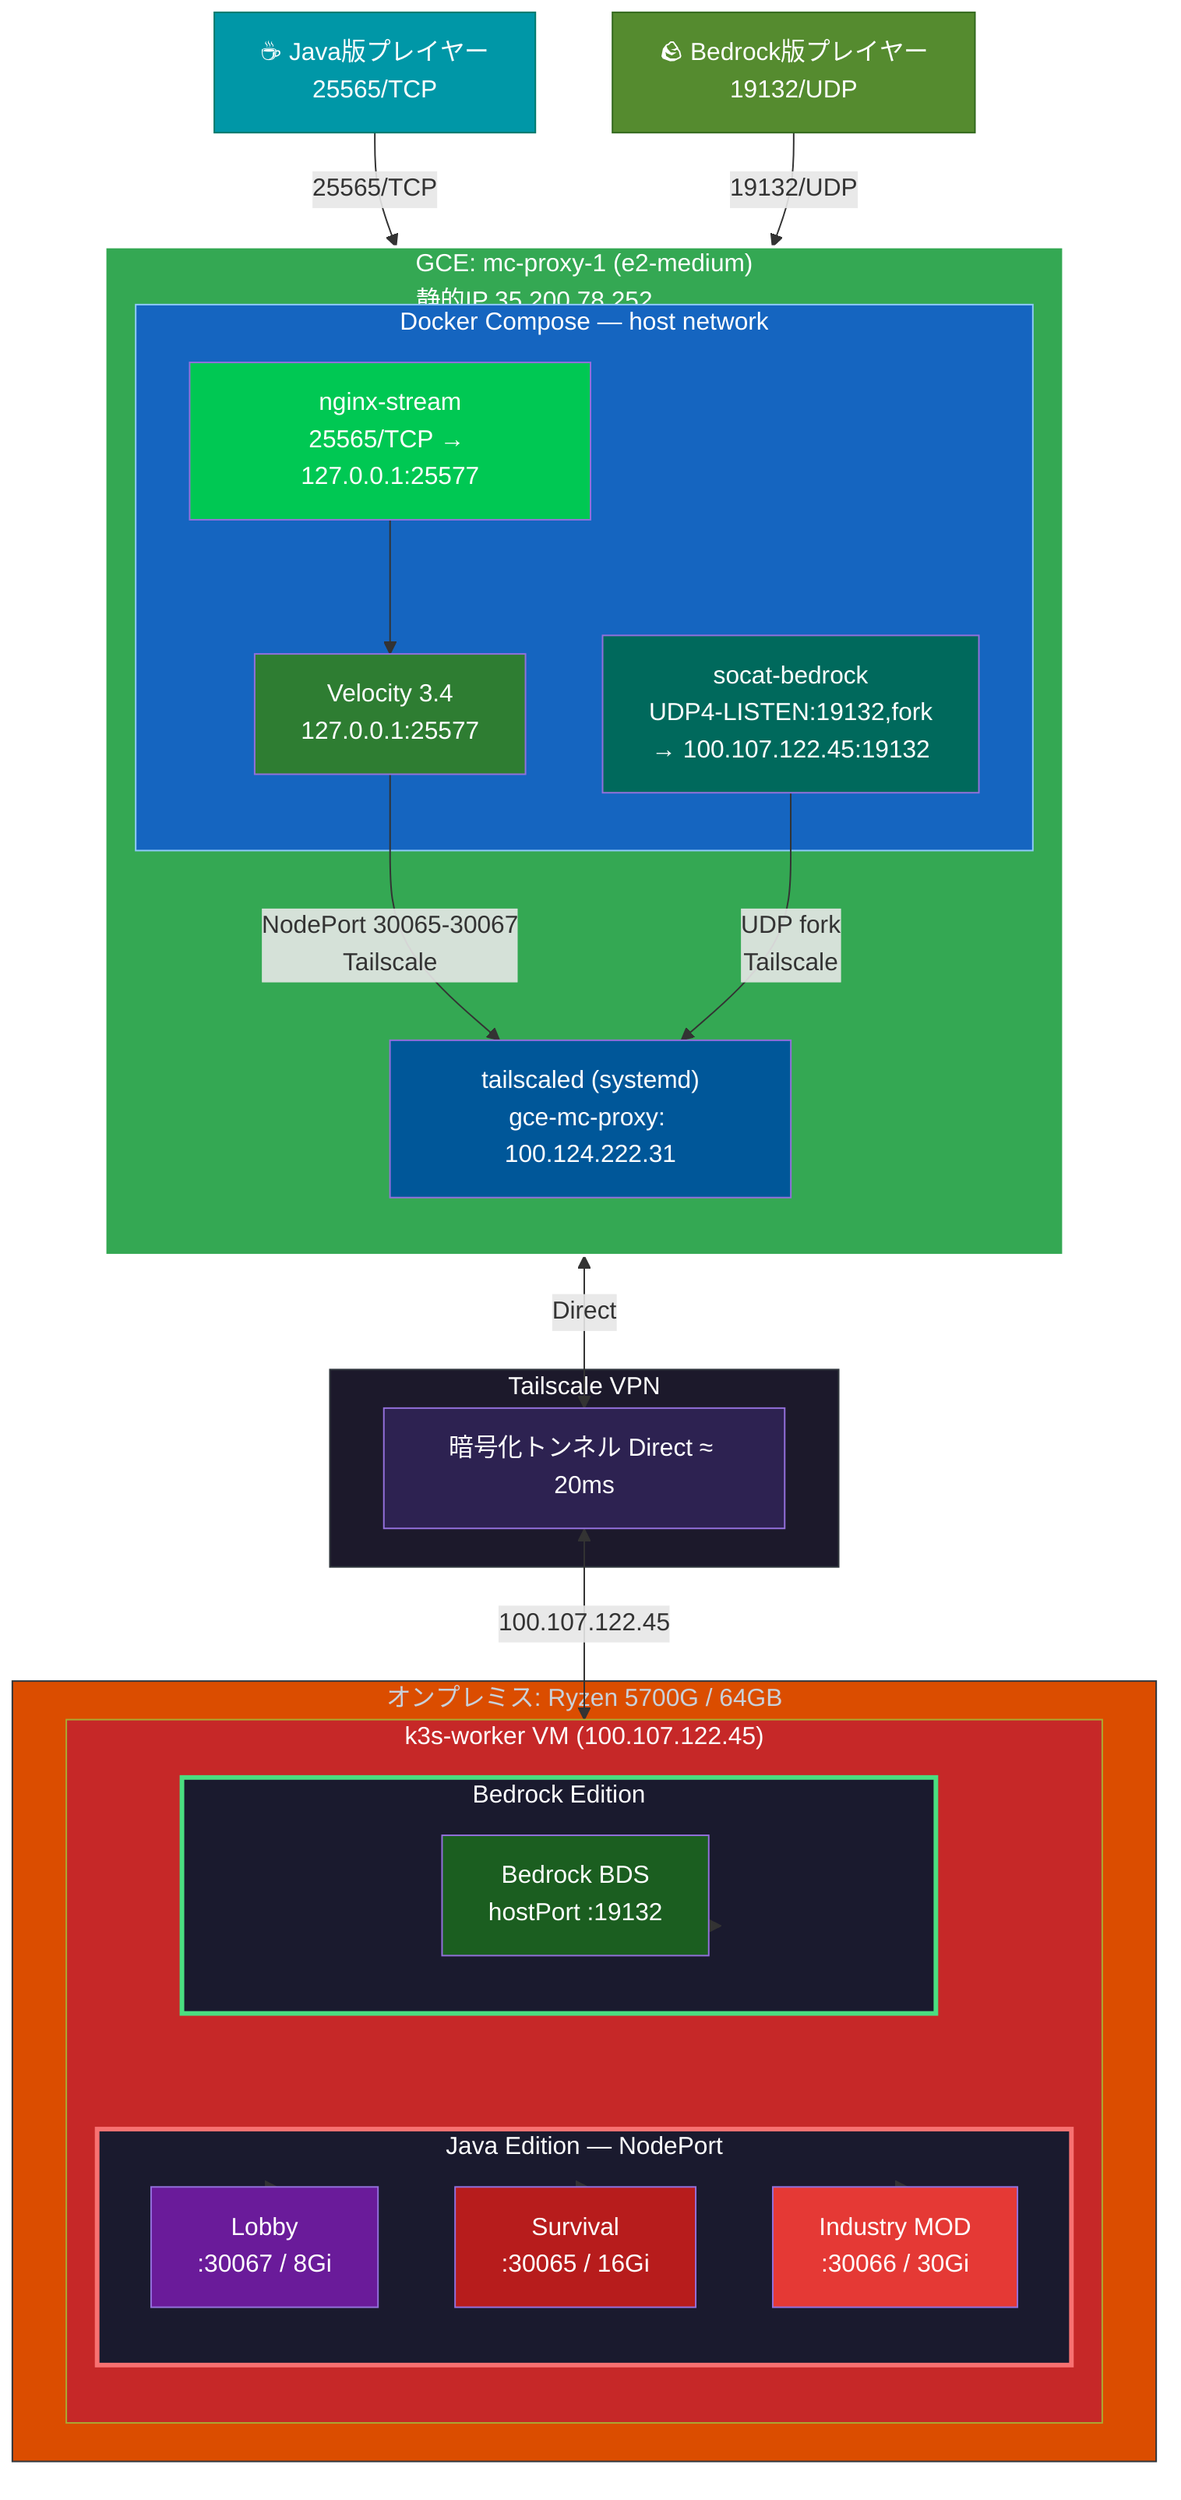
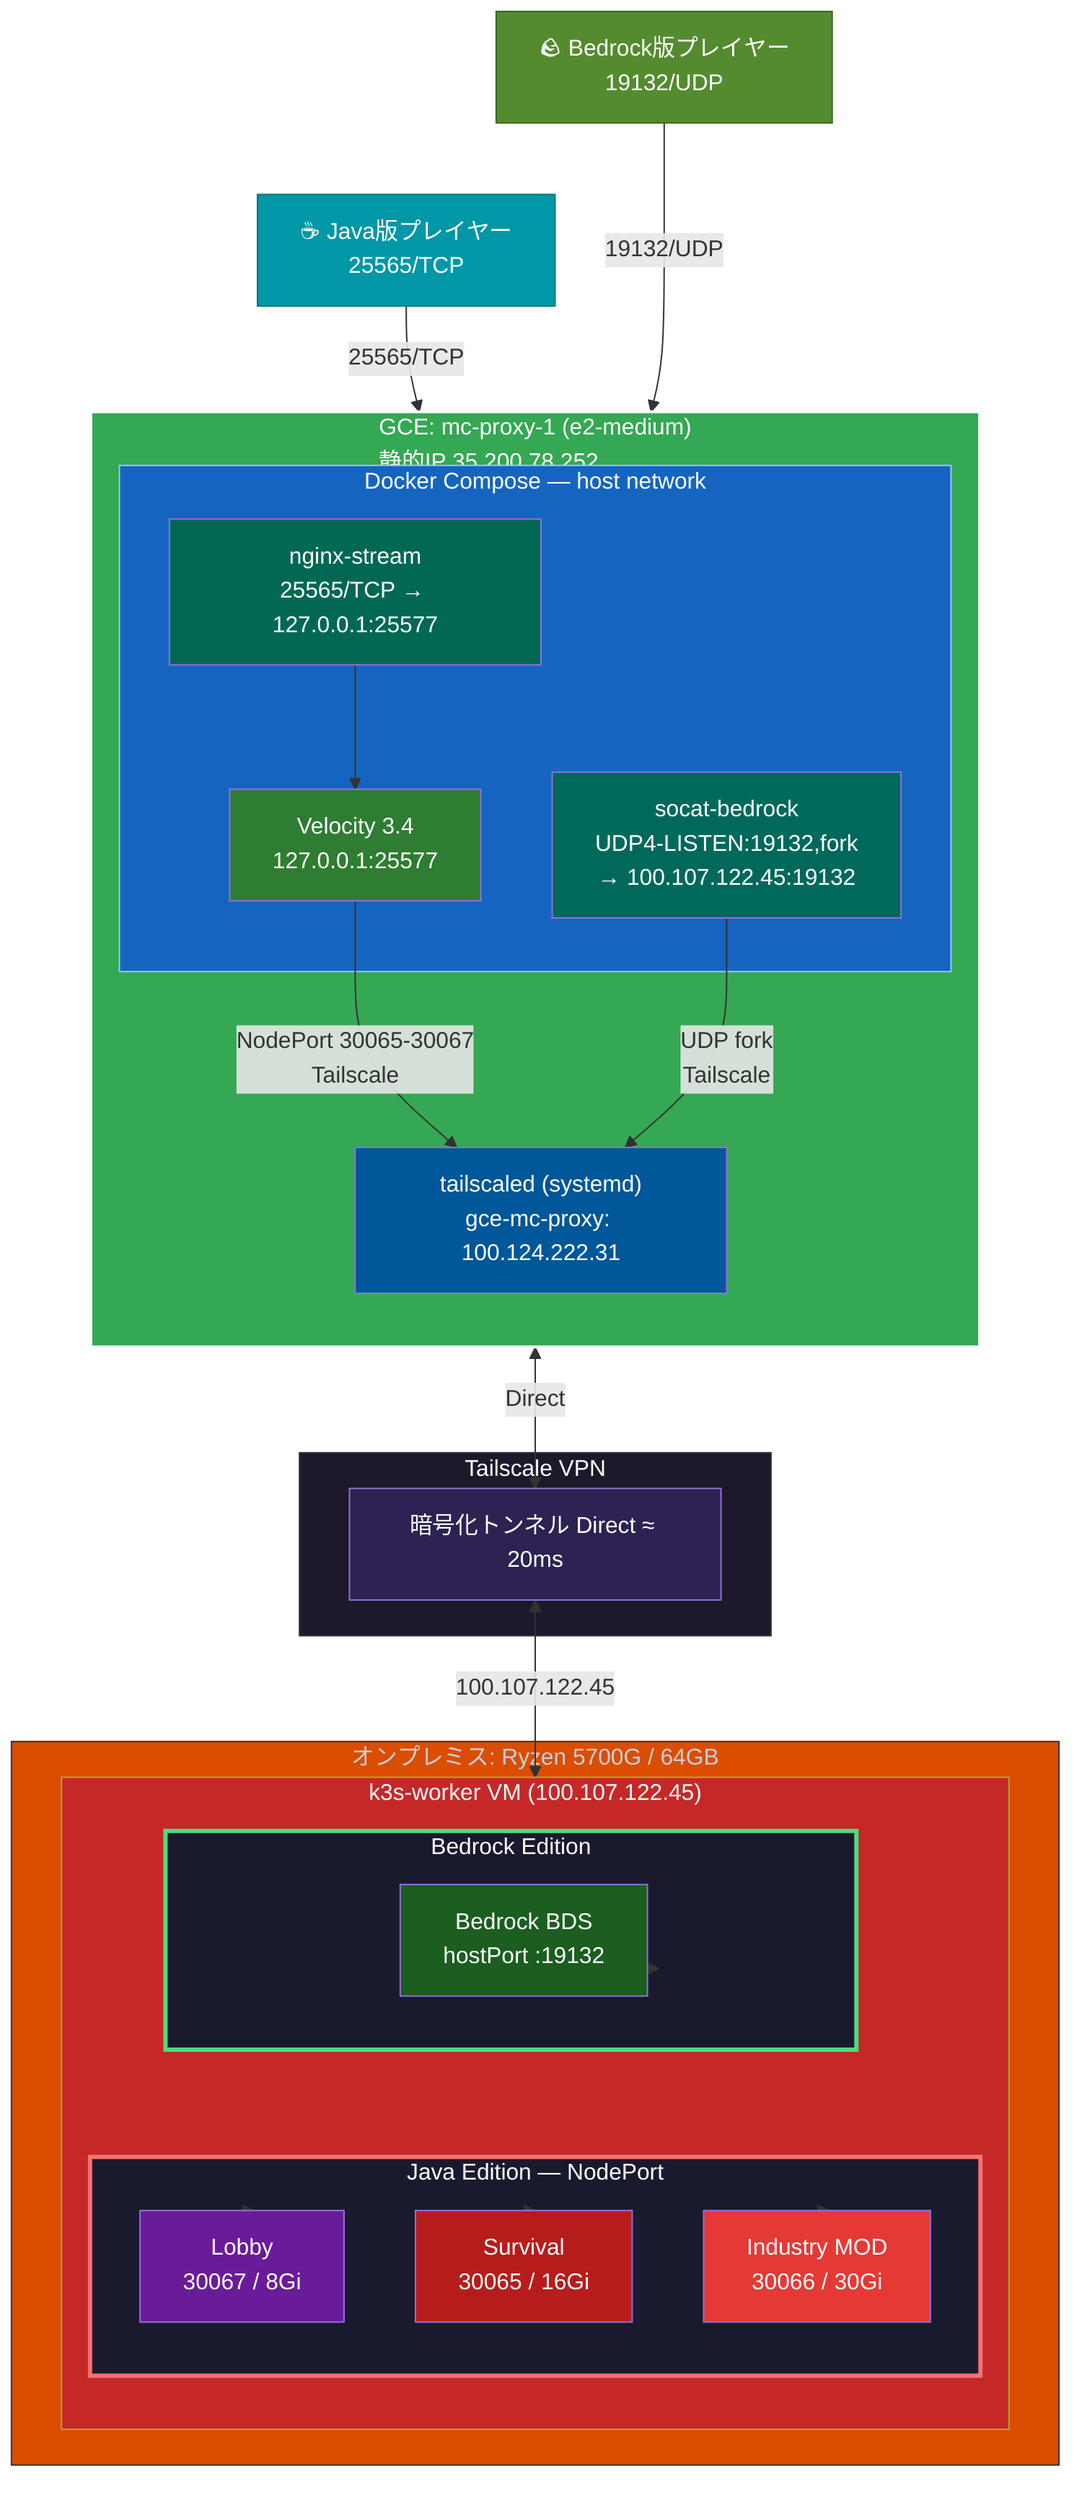
flowchart TD

-     Player_Java["☕ Java版プレイヤー\n25565/TCP"]
-     Player_Bedrock["🪨 Bedrock版プレイヤー\n19132/UDP"]
+     Player_Java["☕ Java版プレイヤー<br>25565/TCP"]
+     Player_Bedrock["🪨 Bedrock版プレイヤー<br>19132/UDP"]

-     subgraph GCE["GCE: mc-proxy-1 (e2-medium)\n静的IP 35.200.78.252"]
+     subgraph GCE["GCE: mc-proxy-1 (e2-medium)<br>静的IP 35.200.78.252"]
        direction TB
        subgraph Compose["Docker Compose — host network"]
-             Nginx["nginx-stream\n25565/TCP → 127.0.0.1:25577"]
-             Velocity["Velocity 3.4\n127.0.0.1:25577"]
-             Socat["socat-bedrock\nUDP4-LISTEN:19132,fork\n→ 100.107.122.45:19132"]
+             Nginx["nginx-stream<br>25565/TCP → 127.0.0.1:25577"]
+             Velocity["Velocity 3.4<br>127.0.0.1:25577"]
+             Socat["socat-bedrock<br>UDP4-LISTEN:19132,fork<br>→ 100.107.122.45:19132"]
            Nginx --> Velocity
        end
-         Tailscaled["tailscaled (systemd)\ngce-mc-proxy: 100.124.222.31"]
+         Tailscaled["tailscaled (systemd)<br>gce-mc-proxy: 100.124.222.31"]
    end

    subgraph TS["Tailscale VPN"]
        TS_Net["暗号化トンネル Direct ≈ 20ms"]
    end

    subgraph Onprem["オンプレミス: Ryzen 5700G / 64GB"]
        subgraph K3s["k3s-worker VM (100.107.122.45)"]
            direction TB
            subgraph Java["Java Edition — NodePort"]
-                 Lobby["Lobby\n:30067 / 8Gi"]
-                 Survival["Survival\n:30065 / 16Gi"]
-                 Mod["Industry MOD\n:30066 / 30Gi"]
+                 Survival["Survival<br>30065 / 16Gi"]
+                 Mod["Industry MOD<br>30066 / 30Gi"]
+                 Lobby["Lobby<br>30067 / 8Gi"]
            end
            subgraph Bedrock["Bedrock Edition"]
-                 BDS["Bedrock BDS\nhostPort :19132"]
+                 BDS["Bedrock BDS<br>hostPort :19132"]
            end
        end
    end

    Player_Java    -->|"25565/TCP"| Nginx
-     Player_Bedrock -->|"19132/UDP"| Socat
+     Player_Bedrock --->|"19132/UDP"| Socat

-     Velocity       -->|"NodePort 30065-30067\nTailscale"| Tailscaled
-     Socat          -->|"UDP fork\nTailscale"| Tailscaled
+     Velocity       -->|"NodePort 30065-30067<br>Tailscale"| Tailscaled
+     Socat          -->|"UDP fork<br>Tailscale"| Tailscaled
    Tailscaled    <-->|"Direct"| TS_Net
    TS_Net        <-->|"100.107.122.45"| K3s

    K3s --> Lobby
    K3s --> Survival
    K3s --> Mod
    K3s --> BDS

    style Player_Java    fill:#0097A7,color:#fff,stroke:#00796B
    style Player_Bedrock fill:#558B2F,color:#fff,stroke:#33691E
    style GCE            fill:#34A853,color:#fff,stroke:#fff,stroke-width:2px
    style Compose        fill:#1565C0,color:#fff,stroke:#90CAF9
-     style Nginx          fill:#00C853,color:#fff
+     style Nginx          fill:#006853,color:#fff
    style Velocity       fill:#2E7D32,color:#fff
    style Socat          fill:#00695C,color:#fff
    style Tailscaled     fill:#005799,color:#fff
    style TS             fill:#1C192B,color:#fff,stroke:#30363d
    style TS_Net         fill:#2D2251,color:#fff
    style Onprem         fill:#DB4D00,color:#c9d1d9,stroke:#30363d
    style K3s            fill:#C62828,color:#fff
    style Java           fill:#1a1a2e,color:#fff,stroke:#f87171,stroke-width:3px
    style Bedrock        fill:#1a1a2e,color:#fff,stroke:#4ade80,stroke-width:3px
    style Lobby          fill:#6A1B9A,color:#fff
    style Survival       fill:#B71C1C,color:#fff
    style Mod            fill:#E53935,color:#fff
    style BDS            fill:#1B5E20,color:#fff
